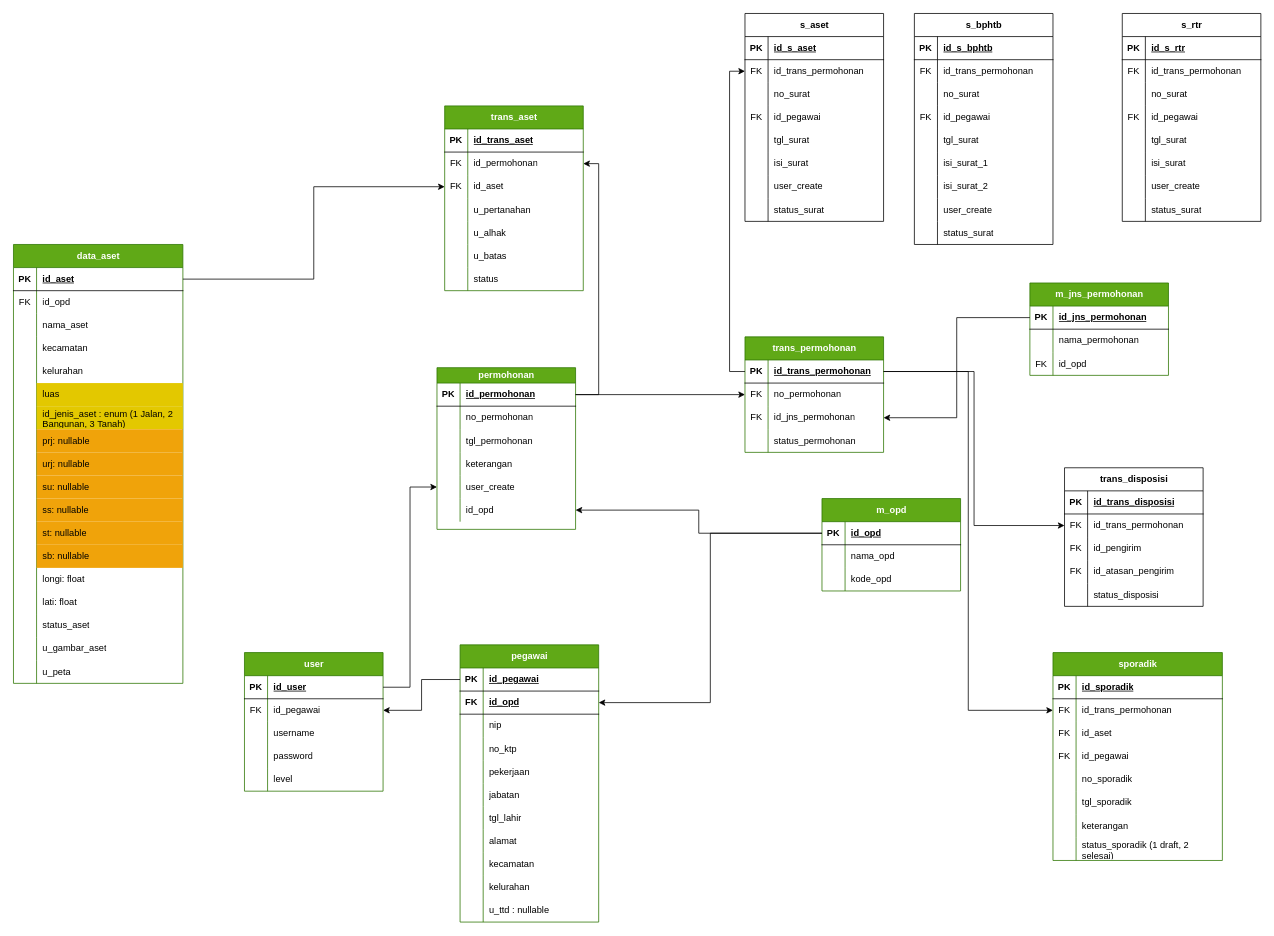
This is page "Class Diagram" (6 of 6) of UML.drawio from batrianugrah/sigma, a draw.io file, before an edit. Source tidied: cells renumbered, new cells numbered last; positions are measured from the earlier drawing's top-left corner, leaving out a move shared by most shapes. Both pictures are drawn from the tidied source at 77%, with x=0, y=0 at pixel (13, 13).
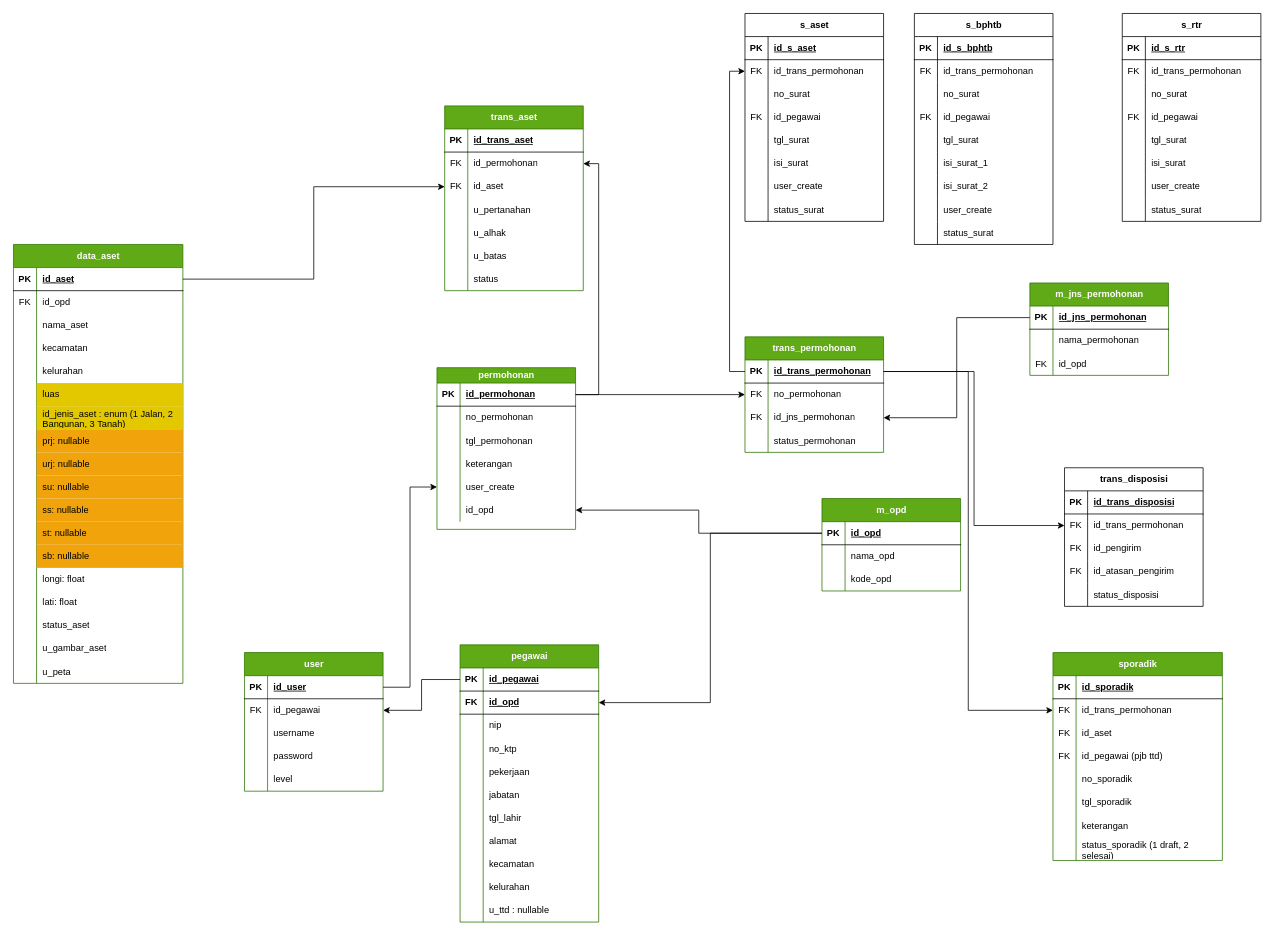
After the change.

The change refers to these unchanged cells:
```xml
<mxCell id="298" style="shape=tableRow;horizontal=0;startSize=0;swimlaneHead=0;swimlaneBody=0;fillColor=none;top=0;left=0;right=0;bottom=0;" parent="288" vertex="1">
  <mxGeometry y="120" width="220" height="30" as="geometry" />
</mxCell>
```

What changed in the source:
```diff
@@
-    <mxCell id="300" value="id_pegawai" style="shape=partialRectangle;fillColor=none;top=0;left=0;bottom=0;right=0;align=left;spacingLeft=6;overflow=hidden;whiteSpace=wrap;html=1;" parent="298" vertex="1">
+    <mxCell id="300" value="id_pegawai (pjb ttd)" style="shape=partialRectangle;fillColor=none;top=0;left=0;bottom=0;right=0;align=left;spacingLeft=6;overflow=hidden;whiteSpace=wrap;html=1;" parent="298" vertex="1">
       <mxGeometry x="30" width="190" height="30" as="geometry" />
     </mxCell>
```
